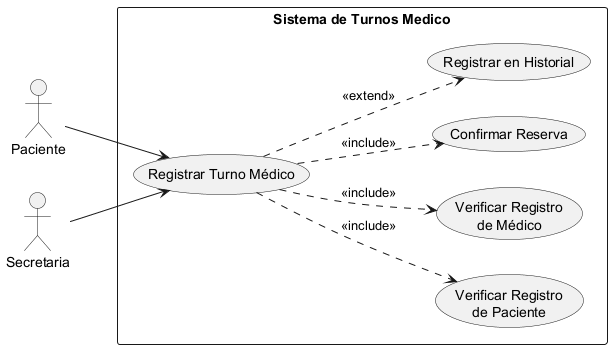
The PlantUML diagram diagramas/02-casos-de-uso/02-caso-uso-registrar-turno-medico-01.png in Purezaamor/SistemaTurnosMedicos, before a commit. Source of this version:
```plantuml
@startuml 02-caso-uso-registrar-turno-medico-01


left to right direction

actor "Paciente" as Paciente
actor "Secretaria" as Secretaria

rectangle "Sistema de Turnos Medico" {
    usecase "Registrar Turno Médico" as UC1
    usecase "Verificar Registro\nde Paciente" as UC2
    usecase "Verificar Registro\nde Médico" as UC3
    usecase "Confirmar Reserva" as UC4
    usecase "Registrar en Historial" as UC5
}

Paciente --> UC1
Secretaria --> UC1

UC1 ..> UC2 : <<include>>
UC1 ..> UC3 : <<include>>
UC1 ..> UC4 : <<include>>
UC1 ..> UC5 : <<extend>>

@enduml
```
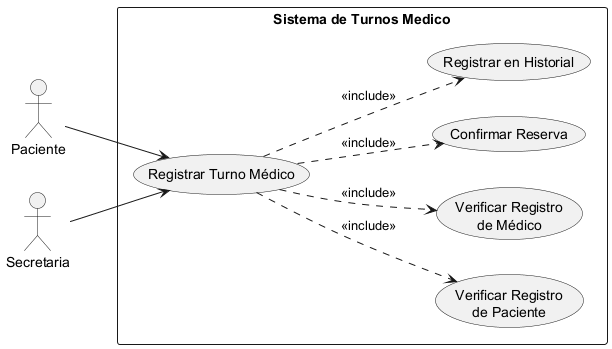
Above is the later version.

Commit message:
fix: resolver observaciones del profesor en diagramas y documentación de IA

Change to the diagram source:
```diff
@@ -20,6 +20,6 @@
 UC1 ..> UC2 : <<include>>
 UC1 ..> UC3 : <<include>>
 UC1 ..> UC4 : <<include>>
-UC1 ..> UC5 : <<extend>>
+UC1 ..> UC5 : <<include>>
 
 @enduml
```
